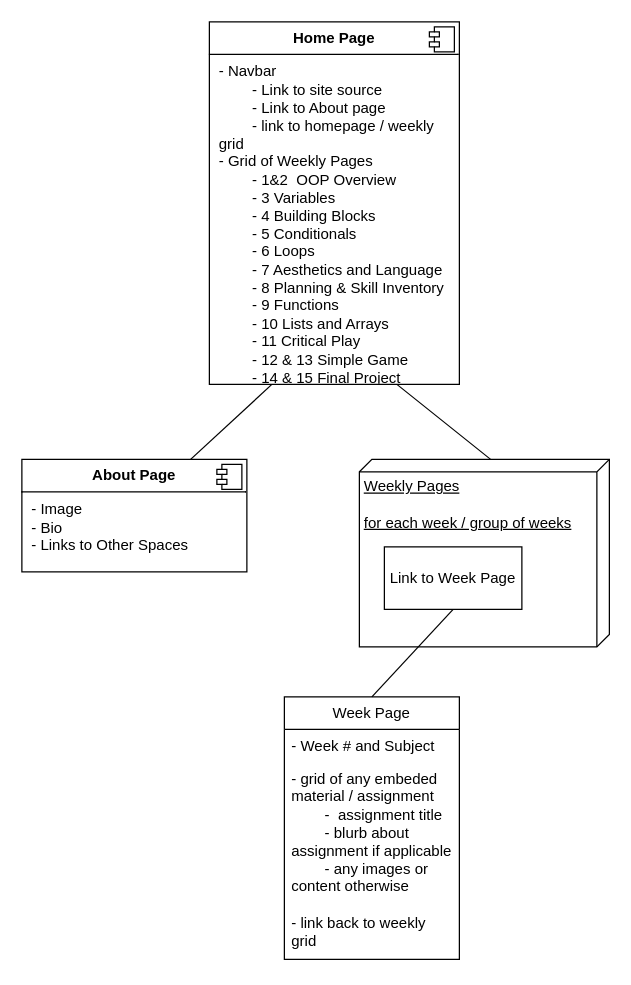
jennymaeleidig/creative-coding-portfolio keeps this draw.io diagram as draw.io/Creative Coding Sitemap.drawio. Above is the earlier version. Source tidied: cells renumbered, new cells numbered last; positions are measured from the earlier drawing's top-left corner, leaving out a move shared by most shapes. Both pictures are drawn from the tidied source at 125%, with x=0, y=0 at pixel (21, 21).
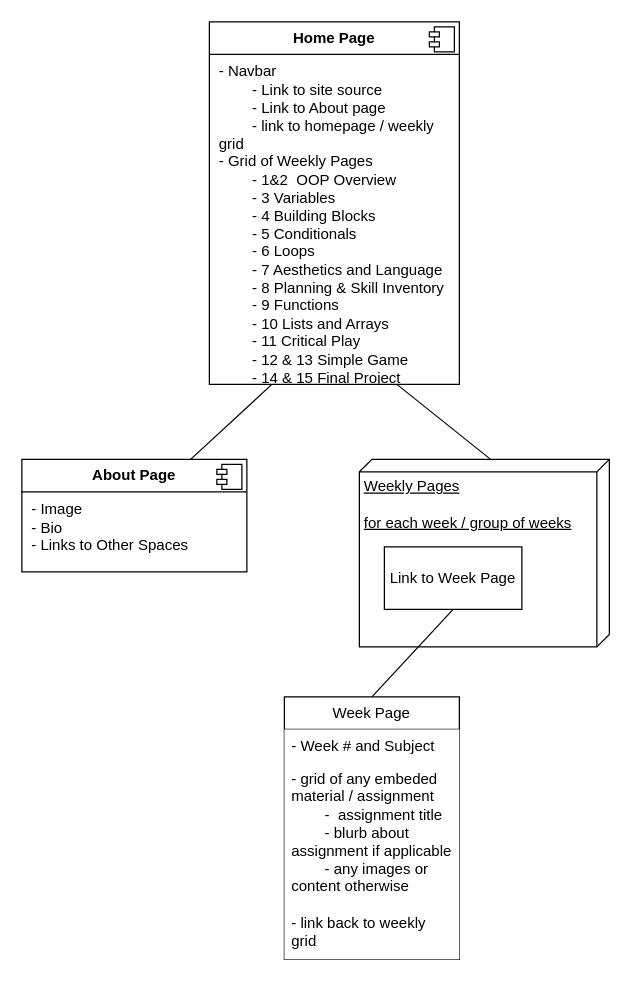
Above is the later version.

The edit, as a diff of the source:
```diff
@@
 <mxGraphModel>
   <root>
     <mxCell id="0" />
     <mxCell id="1" parent="0" />
     <mxCell id="2" value="&lt;p style=&quot;margin:0px;margin-top:6px;text-align:center;&quot;&gt;&lt;b&gt;Home Page&lt;/b&gt;&lt;/p&gt;&lt;hr size=&quot;1&quot; style=&quot;border-style:solid;&quot;&gt;&lt;p style=&quot;margin:0px;margin-left:8px;&quot;&gt;- Navbar&lt;/p&gt;&lt;p style=&quot;margin:0px;margin-left:8px;&quot;&gt;&lt;span style=&quot;white-space: pre;&quot;&gt;&#9;&lt;/span&gt;- Link to site source&lt;/p&gt;&lt;p style=&quot;margin:0px;margin-left:8px;&quot;&gt;&amp;nbsp;&amp;nbsp;&lt;span style=&quot;white-space: pre;&quot;&gt;&#9;&lt;/span&gt;- Link to About page&lt;/p&gt;&lt;p style=&quot;margin:0px;margin-left:8px;&quot;&gt;&lt;span style=&quot;white-space: pre;&quot;&gt;&#9;&lt;/span&gt;- link to homepage / weekly grid&lt;/p&gt;&lt;p style=&quot;margin:0px;margin-left:8px;&quot;&gt;- Grid of Weekly Pages&lt;/p&gt;&lt;p style=&quot;margin:0px;margin-left:8px;&quot;&gt;&lt;span style=&quot;white-space: pre;&quot;&gt;&#9;&lt;/span&gt;- 1&amp;amp;2&amp;nbsp; OOP Overview&lt;/p&gt;&lt;p style=&quot;margin:0px;margin-left:8px;&quot;&gt;&lt;span style=&quot;white-space: pre;&quot;&gt;&#9;&lt;/span&gt;- 3 Variables&lt;/p&gt;&lt;p style=&quot;margin:0px;margin-left:8px;&quot;&gt;&lt;span style=&quot;white-space: pre;&quot;&gt;&#9;&lt;/span&gt;- 4 Building Blocks&lt;/p&gt;&lt;p style=&quot;margin:0px;margin-left:8px;&quot;&gt;&lt;span style=&quot;white-space: pre;&quot;&gt;&#9;&lt;/span&gt;- 5 Conditionals&lt;/p&gt;&lt;p style=&quot;margin:0px;margin-left:8px;&quot;&gt;&lt;span style=&quot;white-space: pre;&quot;&gt;&#9;&lt;/span&gt;- 6 Loops&lt;/p&gt;&lt;p style=&quot;margin:0px;margin-left:8px;&quot;&gt;&lt;span style=&quot;white-space: pre;&quot;&gt;&#9;&lt;/span&gt;- 7 Aesthetics and Language&lt;/p&gt;&lt;p style=&quot;margin:0px;margin-left:8px;&quot;&gt;&lt;span style=&quot;white-space: pre;&quot;&gt;&#9;&lt;/span&gt;- 8 Planning &amp;amp; Skill Inventory&lt;/p&gt;&lt;p style=&quot;margin:0px;margin-left:8px;&quot;&gt;&lt;span style=&quot;white-space: pre;&quot;&gt;&#9;&lt;/span&gt;- 9 Functions&lt;/p&gt;&lt;p style=&quot;margin:0px;margin-left:8px;&quot;&gt;&lt;span style=&quot;white-space: pre;&quot;&gt;&#9;&lt;/span&gt;- 10 Lists and Arrays&lt;/p&gt;&lt;p style=&quot;margin:0px;margin-left:8px;&quot;&gt;&lt;span style=&quot;white-space: pre;&quot;&gt;&#9;&lt;/span&gt;- 11 Critical Play&lt;/p&gt;&lt;p style=&quot;margin:0px;margin-left:8px;&quot;&gt;&lt;span style=&quot;white-space: pre;&quot;&gt;&#9;&lt;/span&gt;- 12 &amp;amp; 13 Simple Game&lt;/p&gt;&lt;p style=&quot;margin:0px;margin-left:8px;&quot;&gt;&lt;span style=&quot;white-space: pre;&quot;&gt;&#9;&lt;/span&gt;- 14 &amp;amp; 15 Final Project&lt;/p&gt;" style="align=left;overflow=fill;html=1;whiteSpace=wrap;" parent="1" vertex="1">
       <mxGeometry x="150" width="200" height="290" as="geometry" />
     </mxCell>
     <mxCell id="3" style="shape=component;jettyWidth=8;jettyHeight=4;" parent="2" vertex="1">
       <mxGeometry x="1" width="20" height="20" relative="1" as="geometry">
         <mxPoint x="-24" y="4" as="offset" />
       </mxGeometry>
     </mxCell>
     <mxCell id="4" value="&lt;p style=&quot;margin:0px;margin-top:6px;text-align:center;&quot;&gt;&lt;b&gt;About Page&lt;/b&gt;&lt;/p&gt;&lt;hr size=&quot;1&quot; style=&quot;border-style:solid;&quot;&gt;&lt;p style=&quot;margin:0px;margin-left:8px;&quot;&gt;- Image&lt;/p&gt;&lt;p style=&quot;margin:0px;margin-left:8px;&quot;&gt;- Bio&lt;/p&gt;&lt;p style=&quot;margin:0px;margin-left:8px;&quot;&gt;- Links to Other Spaces&lt;/p&gt;" style="align=left;overflow=fill;html=1;whiteSpace=wrap;" parent="1" vertex="1">
       <mxGeometry y="350" width="180" height="90" as="geometry" />
     </mxCell>
     <mxCell id="5" style="shape=component;jettyWidth=8;jettyHeight=4;" parent="4" vertex="1">
       <mxGeometry x="1" width="20" height="20" relative="1" as="geometry">
         <mxPoint x="-24" y="4" as="offset" />
       </mxGeometry>
     </mxCell>
     <mxCell id="6" value="&lt;div&gt;Weekly Pages&lt;/div&gt;&lt;div&gt;&lt;br&gt;&lt;/div&gt;for each week / group of weeks" style="verticalAlign=top;align=left;spacingTop=8;spacingLeft=2;spacingRight=12;shape=cube;size=10;direction=south;fontStyle=4;html=1;whiteSpace=wrap;" parent="1" vertex="1">
       <mxGeometry x="270" y="350" width="200" height="150" as="geometry" />
     </mxCell>
-    <mxCell id="7" value="Week Page" style="swimlane;fontStyle=0;horizontal=1;startSize=26;fillColor=none;whiteSpace=wrap;html=1;" parent="1" vertex="1">
+    <mxCell id="7" value="Week Page" style="swimlane;fontStyle=0;horizontal=1;startSize=26;fillColor=default;whiteSpace=wrap;html=1;" parent="1" vertex="1">
       <mxGeometry x="210" y="540" width="140" height="210" as="geometry" />
     </mxCell>
-    <mxCell id="8" value="- Week # and Subject" style="text;strokeColor=none;fillColor=none;align=left;verticalAlign=top;spacingLeft=4;spacingRight=4;overflow=hidden;whiteSpace=wrap;html=1;" parent="7" vertex="1">
+    <mxCell id="8" value="- Week # and Subject" style="text;strokeColor=none;fillColor=default;align=left;verticalAlign=top;spacingLeft=4;spacingRight=4;overflow=hidden;whiteSpace=wrap;html=1;" parent="7" vertex="1">
       <mxGeometry y="26" width="140" height="26" as="geometry" />
     </mxCell>
-    <mxCell id="9" value="&lt;div&gt;- grid of any embeded material / assignment&lt;/div&gt;&lt;div&gt;&lt;span style=&quot;white-space: pre;&quot;&gt;&#9;&lt;/span&gt;-&amp;nbsp; assignment title&lt;/div&gt;&lt;div&gt;&lt;span style=&quot;white-space: pre;&quot;&gt;&#9;&lt;/span&gt;- blurb about assignment if applicable&lt;/div&gt;&lt;div&gt;&lt;span style=&quot;white-space: pre;&quot;&gt;&#9;&lt;/span&gt;- any images or content otherwise&lt;/div&gt;&lt;div&gt;&lt;br&gt;&lt;/div&gt;&lt;div&gt;- link back to weekly grid&lt;/div&gt;" style="text;strokeColor=none;fillColor=none;align=left;verticalAlign=top;spacingLeft=4;spacingRight=4;overflow=hidden;whiteSpace=wrap;html=1;" parent="7" vertex="1">
+    <mxCell id="9" value="&lt;div&gt;- grid of any embeded material / assignment&lt;/div&gt;&lt;div&gt;&lt;span style=&quot;white-space: pre;&quot;&gt;&#9;&lt;/span&gt;-&amp;nbsp; assignment title&lt;/div&gt;&lt;div&gt;&lt;span style=&quot;white-space: pre;&quot;&gt;&#9;&lt;/span&gt;- blurb about assignment if applicable&lt;/div&gt;&lt;div&gt;&lt;span style=&quot;white-space: pre;&quot;&gt;&#9;&lt;/span&gt;- any images or content otherwise&lt;/div&gt;&lt;div&gt;&lt;br&gt;&lt;/div&gt;&lt;div&gt;- link back to weekly grid&lt;/div&gt;" style="text;strokeColor=none;fillColor=default;align=left;verticalAlign=top;spacingLeft=4;spacingRight=4;overflow=hidden;whiteSpace=wrap;html=1;" parent="7" vertex="1">
       <mxGeometry y="52" width="140" height="158" as="geometry" />
     </mxCell>
     <mxCell id="10" value="Link to Week Page" style="html=1;whiteSpace=wrap;" parent="1" vertex="1">
       <mxGeometry x="290" y="420" width="110" height="50" as="geometry" />
     </mxCell>
     <mxCell id="11" style="endArrow=none;html=1;rounded=0;exitX=0.75;exitY=0;exitDx=0;exitDy=0;entryX=0.25;entryY=1;entryDx=0;entryDy=0;" parent="1" edge="1" source="4" target="2">
       <mxGeometry relative="1" as="geometry" />
     </mxCell>
     <mxCell id="12" style="endArrow=none;html=1;rounded=0;exitX=0.75;exitY=1;exitDx=0;exitDy=0;entryX=0;entryY=0;entryDx=0;entryDy=95;entryPerimeter=0;" parent="1" edge="1" source="2" target="6">
       <mxGeometry relative="1" as="geometry" />
     </mxCell>
     <mxCell id="13" style="endArrow=none;html=1;rounded=0;exitX=0.5;exitY=0;exitDx=0;exitDy=0;entryX=0.5;entryY=1;entryDx=0;entryDy=0;" parent="1" edge="1" source="7" target="10">
       <mxGeometry relative="1" as="geometry" />
     </mxCell>
   </root>
 </mxGraphModel>
```
